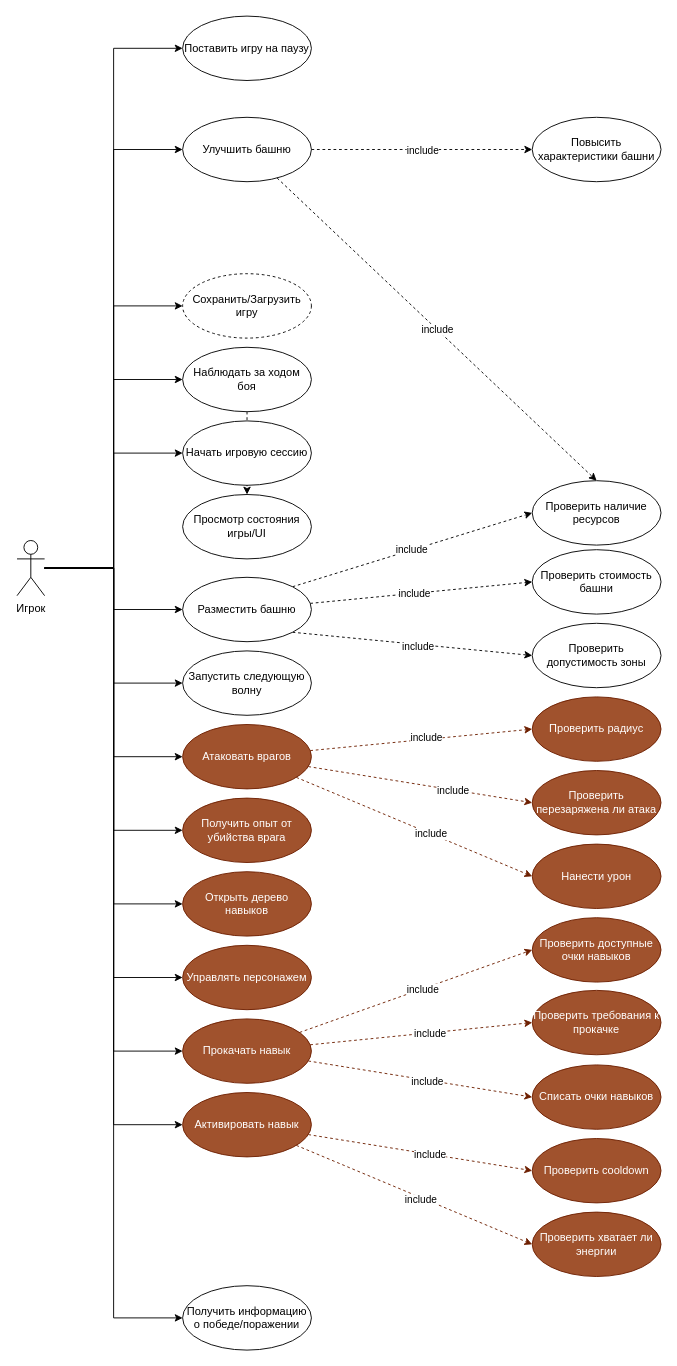
Icy-beep/TowerDefense keeps this draw.io diagram as page "Actor игрок" (1 of 2) of docs/diagrams/Use_Case.drawio. Above is the earlier version. Source tidied: cells renumbered, new cells numbered last; positions are measured from the earlier drawing's top-left corner, leaving out a move shared by most shapes. Both pictures are drawn from the tidied source at 92%, with x=0, y=0 at pixel (17, 16).
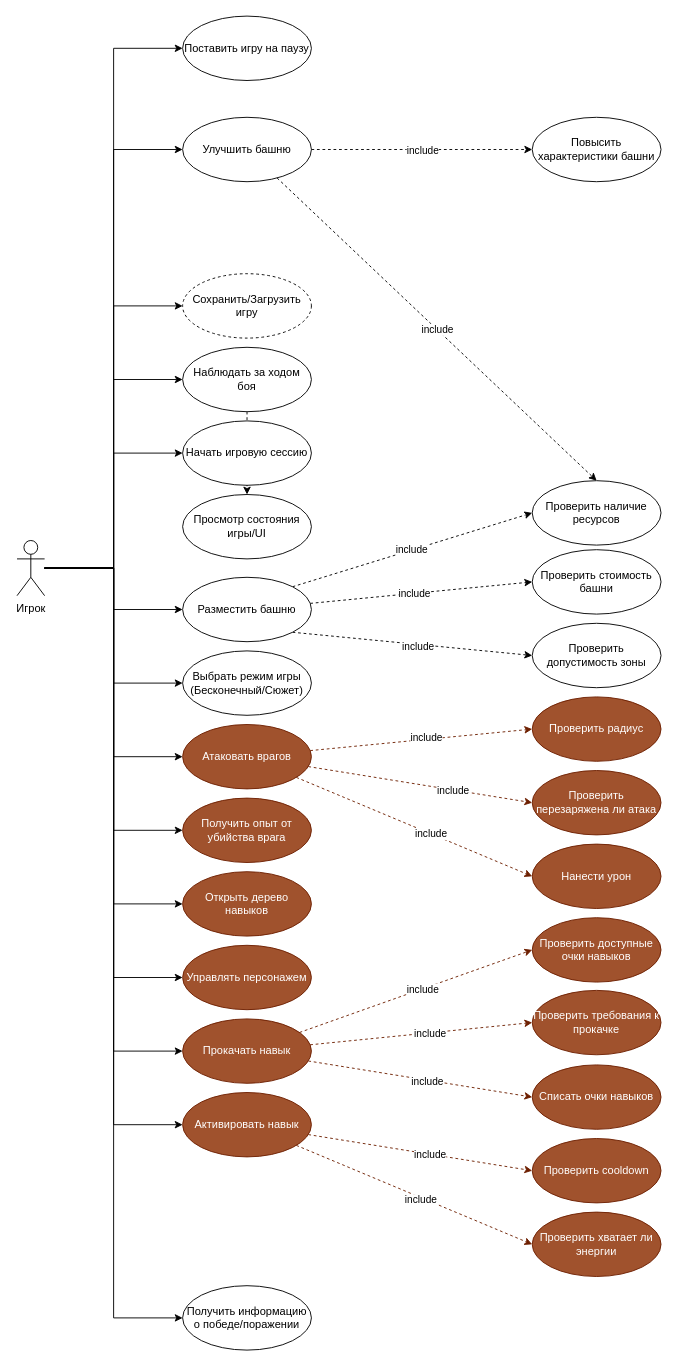
Above is the later version.

Diff of the diagram source:
```diff
@@
-    <mxCell id="27" value="Запустить следующую волну" style="ellipse;whiteSpace=wrap;html=1;" parent="1" vertex="1">
+    <mxCell id="27" value="Выбрать режим игры (Бесконечный/Сюжет)" style="ellipse;whiteSpace=wrap;html=1;" parent="1" vertex="1">
       <mxGeometry x="180" y="690" width="140" height="70" as="geometry" />
     </mxCell>
```
